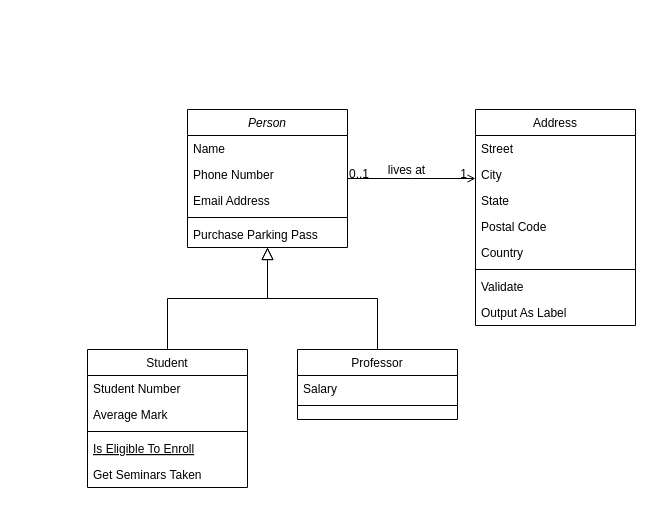
This is Question 3 DS8 Diagram.drawio from keyboard-face/DS8-Software-Engineering, a draw.io file, before an edit. Source tidied: cells renumbered, new cells numbered last; positions are measured from the earlier drawing's top-left corner, leaving out a move shared by most shapes. Both pictures are drawn from the tidied source at 100%, with x=0, y=0 at pixel (87, 109).
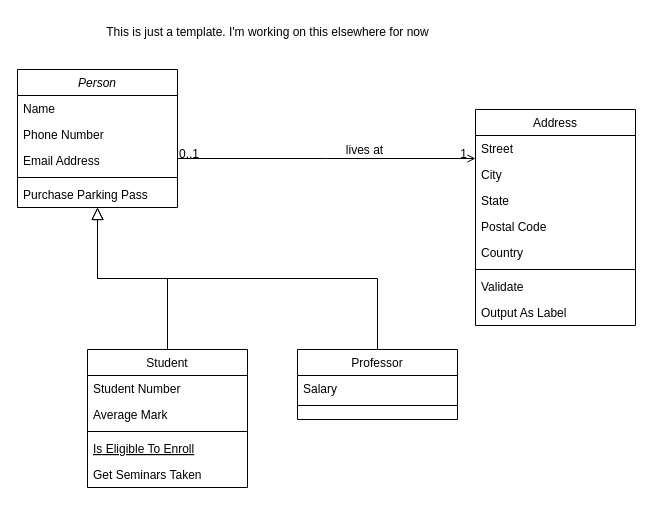
The same diagram, later.

Diff of the diagram source:
```diff
@@
     <mxCell id="2" value="Person" style="swimlane;fontStyle=2;align=center;verticalAlign=top;horizontal=1;startSize=26;rounded=0;shadow=0;strokeWidth=1;" parent="1" vertex="1">
-      <mxGeometry x="100" width="160" height="138" as="geometry" />
+      <mxGeometry x="-70" y="-40" width="160" height="138" as="geometry" />
     </mxCell>
@@
+    <mxCell id="32" value="This is just a template. I'm working on this elsewhere for now" style="text;html=1;align=center;verticalAlign=middle;strokeColor=none;fillColor=none;" parent="1" vertex="1">
+      <mxGeometry x="5" y="-92" width="350" height="30" as="geometry" />
+    </mxCell>
```
